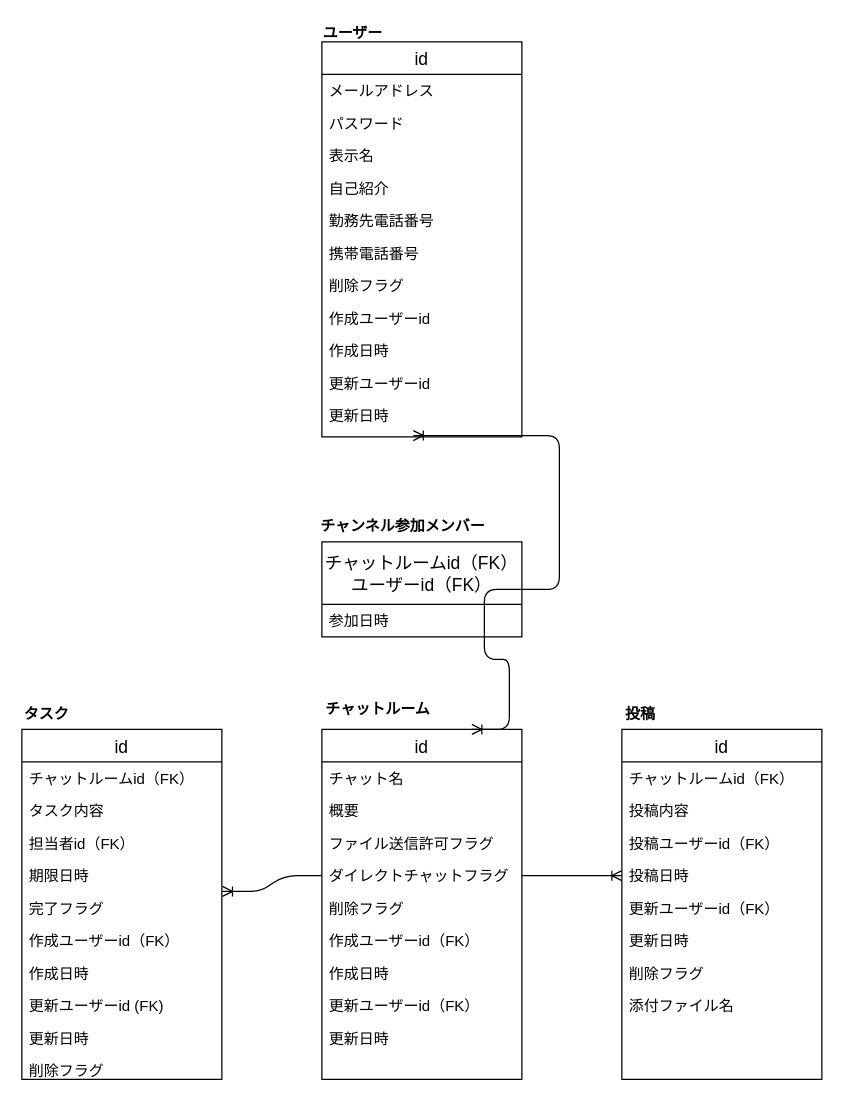
The draw.io diagram db/db-challenge1/er.drawio in KakoFujimoto/database, before the edit. Source tidied: cells renumbered, new cells numbered last; positions are measured from the earlier drawing's top-left corner, leaving out a move shared by most shapes. Both pictures are drawn from the tidied source at 125%, with x=0, y=0 at pixel (21, 21).
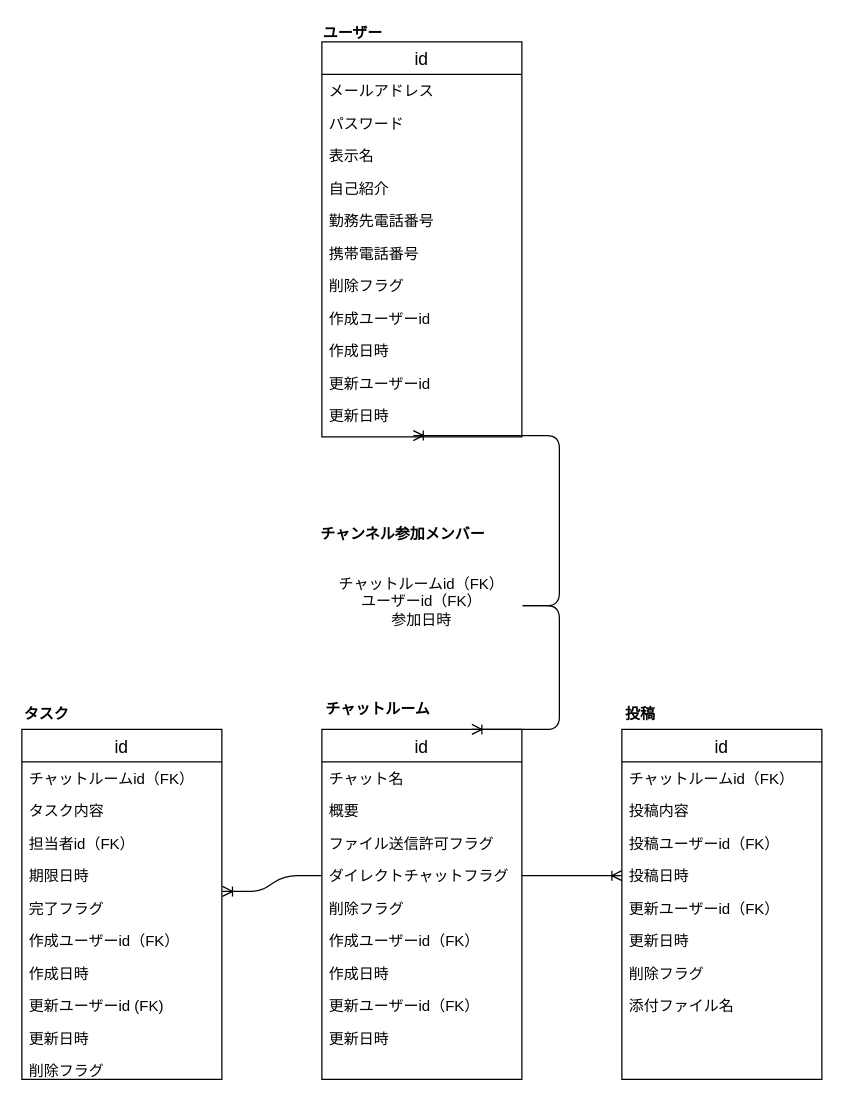
After the change.

Commit message:
チャンネル参加メンバーのPK属性を解除

The change refers to these unchanged cells:
```xml
<mxCell id="21" style="text;fillColor=none;align=left;verticalAlign=middle;spacingTop=-1;spacingLeft=4;spacingRight=4;labelPosition=right;points=[];portConstraint=eastwest;fontSize=12;" parent="9" vertex="1">
  <mxGeometry y="310" width="160" height="6" as="geometry" />
</mxCell>
<mxCell id="22" value="id" style="swimlane;fontStyle=0;horizontal=1;startSize=26;align=center;fontSize=14;" parent="1" vertex="1">
  <mxGeometry x="240" y="566" width="160" height="280" as="geometry" />
</mxCell>
```

The edit, as a diff of the source:
```diff
@@
     <mxCell id="6" value="チャンネル参加メンバー" style="text;align=center;verticalAlign=middle;spacingLeft=4;spacingRight=4;fontSize=12;fontStyle=1;" parent="1" vertex="1">
-      <mxGeometry x="240" y="390" width="130" height="26" as="geometry" />
+      <mxGeometry x="240" y="396" width="130" height="26" as="geometry" />
     </mxCell>
-    <mxCell id="7" value="チャットルームid（FK）&#10;ユーザーid（FK）" style="swimlane;fontStyle=0;horizontal=1;startSize=50;align=center;fontSize=14;" parent="1" vertex="1">
-      <mxGeometry x="240" y="416" width="160" height="76" as="geometry" />
-    </mxCell>
-    <mxCell id="8" value="参加日時" style="text;strokeColor=none;fillColor=none;spacingLeft=4;spacingRight=4;overflow=hidden;fontSize=12;" parent="7" vertex="1">
-      <mxGeometry y="50" width="160" height="26" as="geometry" />
-    </mxCell>
@@
-    <mxCell id="57" style="edgeStyle=entityRelationEdgeStyle;fontSize=12;html=1;endArrow=ERoneToMany;entryX=0.75;entryY=0;entryDx=0;entryDy=0;exitX=1;exitY=0.5;exitDx=0;exitDy=0;" parent="1" edge="1" source="7" target="22">
-      <mxGeometry relative="1" as="geometry" />
+    <mxCell id="57" style="edgeStyle=entityRelationEdgeStyle;fontSize=12;html=1;endArrow=ERoneToMany;entryX=0.75;entryY=0;entryDx=0;entryDy=0;exitX=1;exitY=0.5;exitDx=0;exitDy=0;" parent="1" edge="1" target="22">
+      <mxGeometry relative="1" as="geometry">
+        <mxPoint x="400" y="467" as="sourcePoint" />
+      </mxGeometry>
     </mxCell>
-    <mxCell id="58" style="edgeStyle=entityRelationEdgeStyle;fontSize=12;html=1;endArrow=ERoneToMany;entryX=0.457;entryY=0.829;entryDx=0;entryDy=0;entryPerimeter=0;" parent="1" edge="1" source="7" target="21">
-      <mxGeometry relative="1" as="geometry" />
+    <mxCell id="58" style="edgeStyle=entityRelationEdgeStyle;fontSize=12;html=1;endArrow=ERoneToMany;entryX=0.457;entryY=0.829;entryDx=0;entryDy=0;entryPerimeter=0;" parent="1" edge="1" target="21">
+      <mxGeometry relative="1" as="geometry">
+        <mxPoint x="400" y="467" as="sourcePoint" />
+      </mxGeometry>
     </mxCell>
@@
+    <mxCell id="60" value="チャットルームid（FK）&lt;br&gt;ユーザーid（FK）&lt;br&gt;参加日時" style="whiteSpace=wrap;html=1;align=center;strokeColor=#FFFFFF;" parent="1" vertex="1">
+      <mxGeometry x="240" y="422" width="160" height="84" as="geometry" />
+    </mxCell>
```
